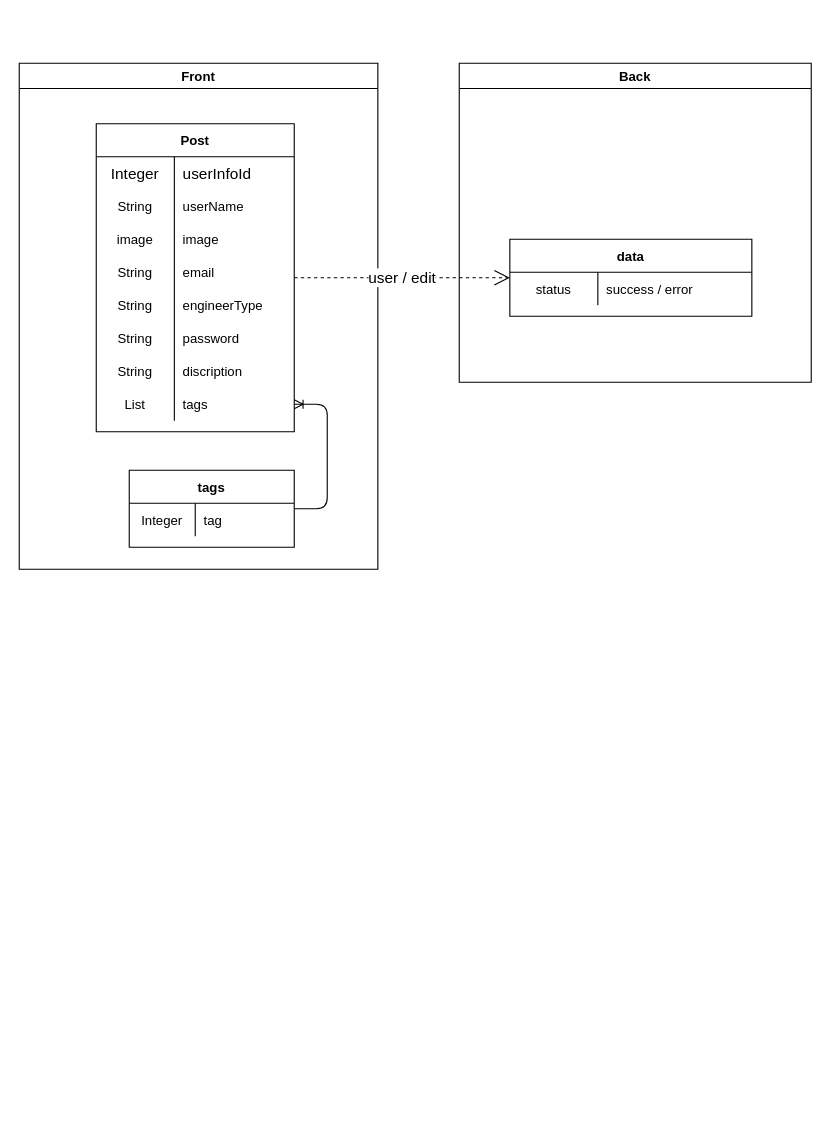
Above: page "[更新]ユーザー情報" (14 of 17) of Designs/基本設計.drawio in yusuke-rakus/Qiish (draw.io), before the change. Source tidied: cells renumbered, new cells numbered last; positions are measured from the earlier drawing's top-left corner, leaving out a move shared by most shapes. Both pictures are drawn from the tidied source at 110%, with x=0, y=0 at pixel (19, 63).
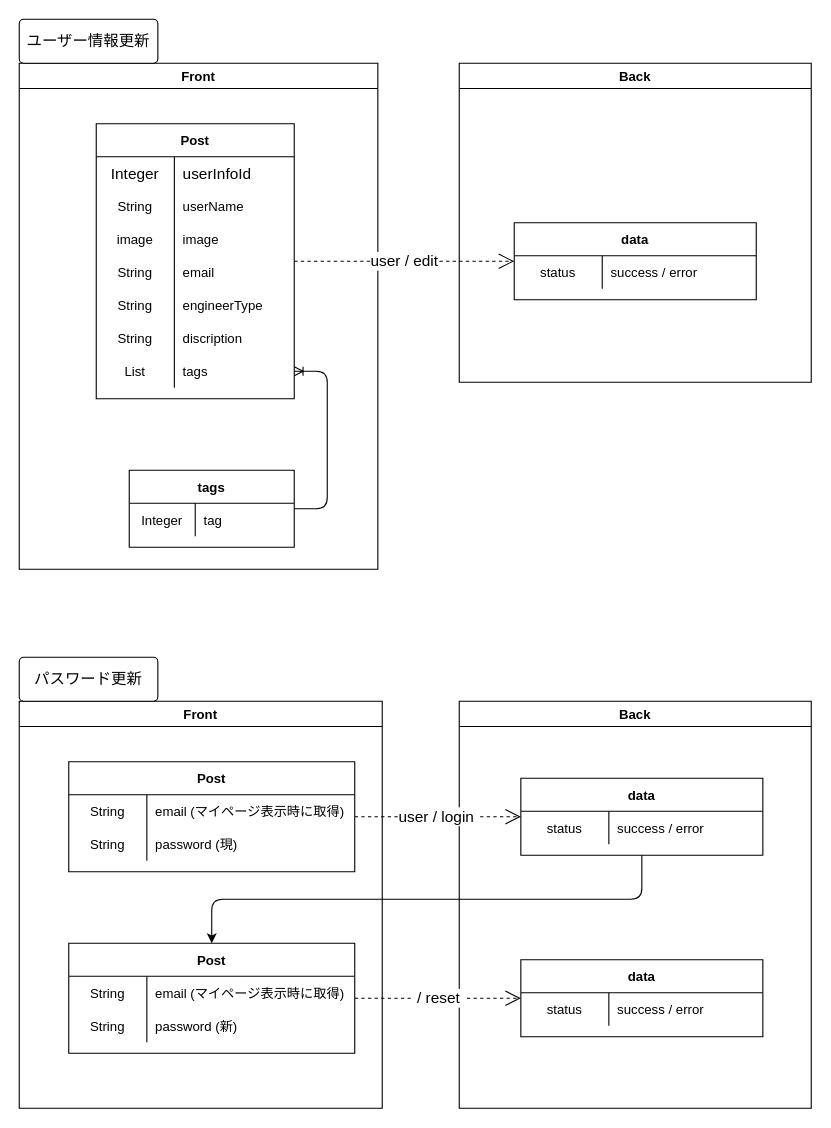
The same page after the edit.

Unchanged cells that the change refers to:
```xml
<mxCell id="2" value="Front" style="swimlane;" parent="1" vertex="1">
  <mxGeometry width="326" height="460" as="geometry" />
</mxCell>
<mxCell id="28" value="Back" style="swimlane;" parent="1" vertex="1">
  <mxGeometry x="400" width="320" height="290" as="geometry" />
</mxCell>
```

The edit, as a diff of the source:
```diff
@@
     <mxCell id="3" value="Post" style="shape=table;startSize=30;childLayout=tableLayout;rowLines=0;fontStyle=1;align=center;" parent="2" vertex="1">
-      <mxGeometry x="70" y="55" width="180" height="280" as="geometry" />
+      <mxGeometry x="70" y="55" width="180" height="250" as="geometry" />
     </mxCell>
@@
-    <mxCell id="19" style="shape=partialRectangle;fillColor=none;top=0;left=0;bottom=0;right=0;" parent="3" vertex="1">
-      <mxGeometry y="180" width="180" height="30" as="geometry" />
-    </mxCell>
-    <mxCell id="20" value="String" style="shape=partialRectangle;fillColor=none;top=0;left=0;bottom=0;right=0;overflow=hidden;" parent="19" vertex="1">
-      <mxGeometry width="71" height="30" as="geometry" />
-    </mxCell>
-    <mxCell id="21" value="password" style="shape=partialRectangle;fillColor=none;top=0;left=0;bottom=0;right=0;align=left;spacingLeft=6;overflow=hidden;" parent="19" vertex="1">
-      <mxGeometry x="71" width="109" height="30" as="geometry" />
-    </mxCell>
     <mxCell id="22" style="shape=partialRectangle;fillColor=none;top=0;left=0;bottom=0;right=0;" parent="3" vertex="1">
-      <mxGeometry y="210" width="180" height="30" as="geometry" />
+      <mxGeometry y="180" width="180" height="30" as="geometry" />
     </mxCell>
@@
     <mxCell id="25" style="shape=partialRectangle;fillColor=none;top=0;left=0;bottom=0;right=0;points=[[0,0.5],[1,0.5]];portConstraint=eastwest;" parent="3" vertex="1">
-      <mxGeometry y="240" width="180" height="30" as="geometry" />
+      <mxGeometry y="210" width="180" height="30" as="geometry" />
     </mxCell>
@@
     <mxCell id="29" value="data" style="shape=table;startSize=30;childLayout=tableLayout;rowLines=0;fontStyle=1;align=center;" parent="28" vertex="1">
-      <mxGeometry x="46" y="160" width="220" height="70" as="geometry" />
+      <mxGeometry x="50" y="145" width="220" height="70" as="geometry" />
     </mxCell>
@@
+    <mxCell id="39" value="ユーザー情報更新" style="rounded=1;arcSize=10;whiteSpace=wrap;html=1;align=center;fontSize=14;" parent="1" vertex="1">
+      <mxGeometry y="-40" width="126" height="40" as="geometry" />
+    </mxCell>
+    <mxCell id="40" value="Front" style="swimlane;" parent="1" vertex="1">
+      <mxGeometry y="580" width="330" height="370" as="geometry" />
+    </mxCell>
+    <mxCell id="41" value="Post" style="shape=table;startSize=30;childLayout=tableLayout;rowLines=0;fontStyle=1;align=center;" parent="40" vertex="1">
+      <mxGeometry x="45" y="55" width="260" height="100" as="geometry" />
+    </mxCell>
+    <mxCell id="42" style="shape=partialRectangle;fillColor=none;top=0;left=0;bottom=0;right=0;" parent="41" vertex="1">
+      <mxGeometry y="30" width="260" height="30" as="geometry" />
+    </mxCell>
+    <mxCell id="43" value="String" style="shape=partialRectangle;fillColor=none;top=0;left=0;bottom=0;right=0;overflow=hidden;" parent="42" vertex="1">
+      <mxGeometry width="71" height="30" as="geometry" />
+    </mxCell>
+    <mxCell id="44" value="email (マイページ表示時に取得)" style="shape=partialRectangle;fillColor=none;top=0;left=0;bottom=0;right=0;align=left;spacingLeft=6;overflow=hidden;" parent="42" vertex="1">
+      <mxGeometry x="71" width="189" height="30" as="geometry" />
+    </mxCell>
+    <mxCell id="45" style="shape=partialRectangle;fillColor=none;top=0;left=0;bottom=0;right=0;" parent="41" vertex="1">
+      <mxGeometry y="60" width="260" height="30" as="geometry" />
+    </mxCell>
+    <mxCell id="46" value="String" style="shape=partialRectangle;fillColor=none;top=0;left=0;bottom=0;right=0;overflow=hidden;" parent="45" vertex="1">
+      <mxGeometry width="71" height="30" as="geometry" />
+    </mxCell>
+    <mxCell id="47" value="password (現)" style="shape=partialRectangle;fillColor=none;top=0;left=0;bottom=0;right=0;align=left;spacingLeft=6;overflow=hidden;" parent="45" vertex="1">
+      <mxGeometry x="71" width="189" height="30" as="geometry" />
+    </mxCell>
+    <mxCell id="48" value="Post" style="shape=table;startSize=30;childLayout=tableLayout;rowLines=0;fontStyle=1;align=center;" parent="40" vertex="1">
+      <mxGeometry x="45" y="220" width="260" height="100" as="geometry" />
+    </mxCell>
+    <mxCell id="49" style="shape=partialRectangle;fillColor=none;top=0;left=0;bottom=0;right=0;" parent="48" vertex="1">
+      <mxGeometry y="30" width="260" height="30" as="geometry" />
+    </mxCell>
+    <mxCell id="50" value="String" style="shape=partialRectangle;fillColor=none;top=0;left=0;bottom=0;right=0;overflow=hidden;" parent="49" vertex="1">
+      <mxGeometry width="71" height="30" as="geometry" />
+    </mxCell>
+    <mxCell id="51" value="email (マイページ表示時に取得)" style="shape=partialRectangle;fillColor=none;top=0;left=0;bottom=0;right=0;align=left;spacingLeft=6;overflow=hidden;" parent="49" vertex="1">
+      <mxGeometry x="71" width="189" height="30" as="geometry" />
+    </mxCell>
+    <mxCell id="52" style="shape=partialRectangle;fillColor=none;top=0;left=0;bottom=0;right=0;" parent="48" vertex="1">
+      <mxGeometry y="60" width="260" height="30" as="geometry" />
+    </mxCell>
+    <mxCell id="53" value="String" style="shape=partialRectangle;fillColor=none;top=0;left=0;bottom=0;right=0;overflow=hidden;" parent="52" vertex="1">
+      <mxGeometry width="71" height="30" as="geometry" />
+    </mxCell>
+    <mxCell id="54" value="password (新)" style="shape=partialRectangle;fillColor=none;top=0;left=0;bottom=0;right=0;align=left;spacingLeft=6;overflow=hidden;" parent="52" vertex="1">
+      <mxGeometry x="71" width="189" height="30" as="geometry" />
+    </mxCell>
+    <mxCell id="55" value="Back" style="swimlane;" parent="1" vertex="1">
+      <mxGeometry x="400" y="580" width="320" height="370" as="geometry" />
+    </mxCell>
+    <mxCell id="56" value="data" style="shape=table;startSize=30;childLayout=tableLayout;rowLines=0;fontStyle=1;align=center;" parent="55" vertex="1">
+      <mxGeometry x="56" y="70" width="220" height="70" as="geometry" />
+    </mxCell>
+    <mxCell id="57" style="shape=partialRectangle;fillColor=none;top=0;left=0;bottom=0;right=0;" parent="56" vertex="1">
+      <mxGeometry y="30" width="220" height="30" as="geometry" />
+    </mxCell>
+    <mxCell id="58" value="status" style="shape=partialRectangle;fillColor=none;top=0;left=0;bottom=0;right=0;overflow=hidden;" parent="57" vertex="1">
+      <mxGeometry width="80" height="30" as="geometry" />
+    </mxCell>
+    <mxCell id="59" value="success / error" style="shape=partialRectangle;fillColor=none;top=0;left=0;bottom=0;right=0;align=left;spacingLeft=6;overflow=hidden;" parent="57" vertex="1">
+      <mxGeometry x="80" width="140" height="30" as="geometry" />
+    </mxCell>
+    <mxCell id="60" value="data" style="shape=table;startSize=30;childLayout=tableLayout;rowLines=0;fontStyle=1;align=center;" parent="55" vertex="1">
+      <mxGeometry x="56" y="235" width="220" height="70" as="geometry" />
+    </mxCell>
+    <mxCell id="61" style="shape=partialRectangle;fillColor=none;top=0;left=0;bottom=0;right=0;" parent="60" vertex="1">
+      <mxGeometry y="30" width="220" height="30" as="geometry" />
+    </mxCell>
+    <mxCell id="62" value="status" style="shape=partialRectangle;fillColor=none;top=0;left=0;bottom=0;right=0;overflow=hidden;" parent="61" vertex="1">
+      <mxGeometry width="80" height="30" as="geometry" />
+    </mxCell>
+    <mxCell id="63" value="success / error" style="shape=partialRectangle;fillColor=none;top=0;left=0;bottom=0;right=0;align=left;spacingLeft=6;overflow=hidden;" parent="61" vertex="1">
+      <mxGeometry x="80" width="140" height="30" as="geometry" />
+    </mxCell>
+    <mxCell id="64" value="&lt;font style=&quot;font-size: 14px&quot;&gt;user / login&amp;nbsp;&lt;/font&gt;" style="endArrow=open;endSize=12;dashed=1;html=1;" parent="1" edge="1" source="41" target="56">
+      <mxGeometry relative="1" as="geometry" />
+    </mxCell>
+    <mxCell id="65" value="パスワード更新" style="rounded=1;arcSize=10;whiteSpace=wrap;html=1;align=center;fontSize=14;" parent="1" vertex="1">
+      <mxGeometry y="540" width="126" height="40" as="geometry" />
+    </mxCell>
+    <mxCell id="66" style="edgeStyle=orthogonalEdgeStyle;html=1;" parent="1" edge="1" source="56" target="48">
+      <mxGeometry relative="1" as="geometry">
+        <Array as="points">
+          <mxPoint x="566" y="760" />
+          <mxPoint x="175" y="760" />
+        </Array>
+      </mxGeometry>
+    </mxCell>
+    <mxCell id="67" value="&lt;span style=&quot;font-size: 14px&quot;&gt;&amp;nbsp;/ reset&amp;nbsp;&lt;/span&gt;" style="endArrow=open;endSize=12;dashed=1;html=1;" parent="1" edge="1" source="48" target="60">
+      <mxGeometry relative="1" as="geometry" />
+    </mxCell>
```
